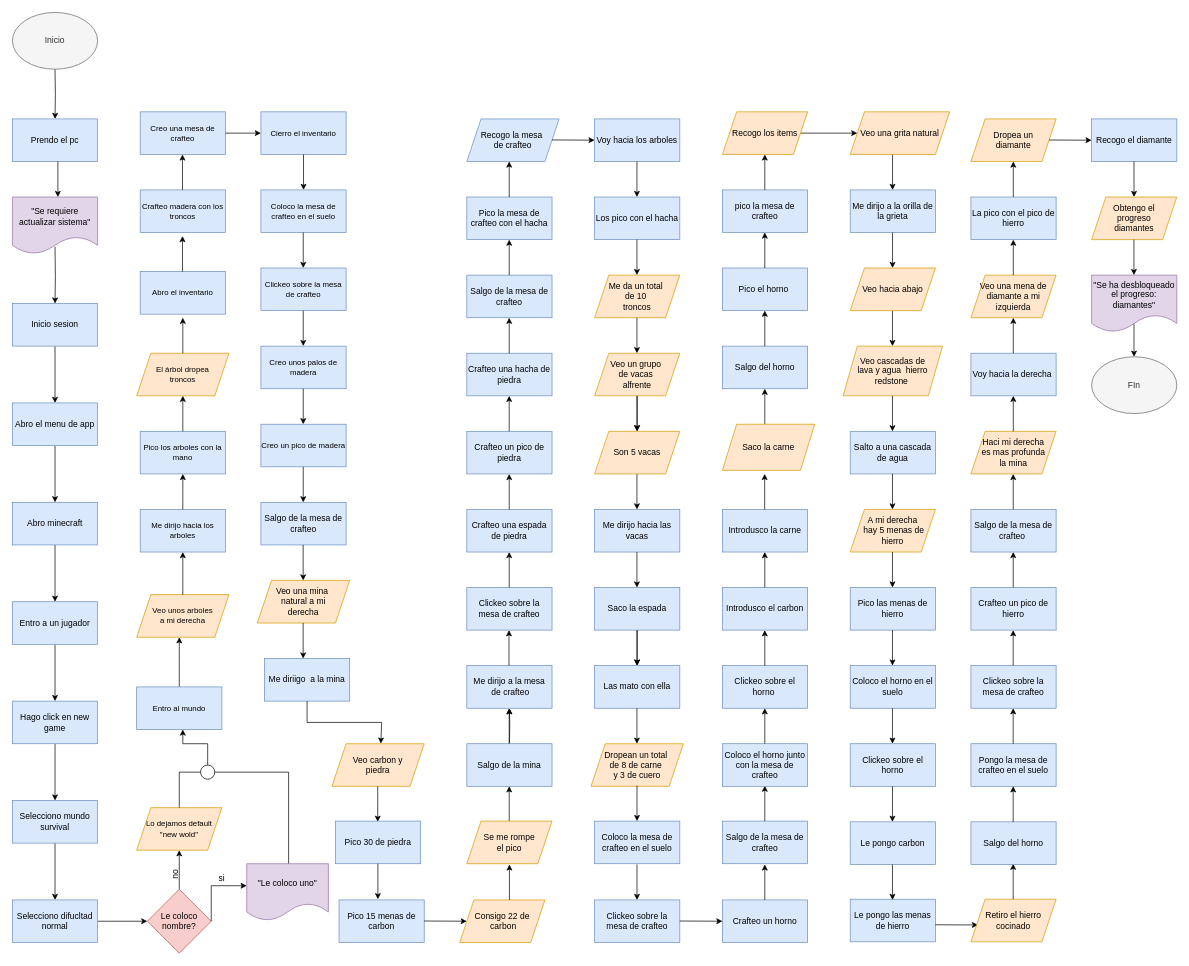
ByAncort/diagrama-de-flujo keeps this draw.io diagram as Diagrama-de-flujo.drawio. Above is the earlier version. Source tidied: cells renumbered, new cells numbered last; positions are measured from the earlier drawing's top-left corner, leaving out a move shared by most shapes. Both pictures are drawn from the tidied source at 71%, with x=0, y=0 at pixel (12, 12).
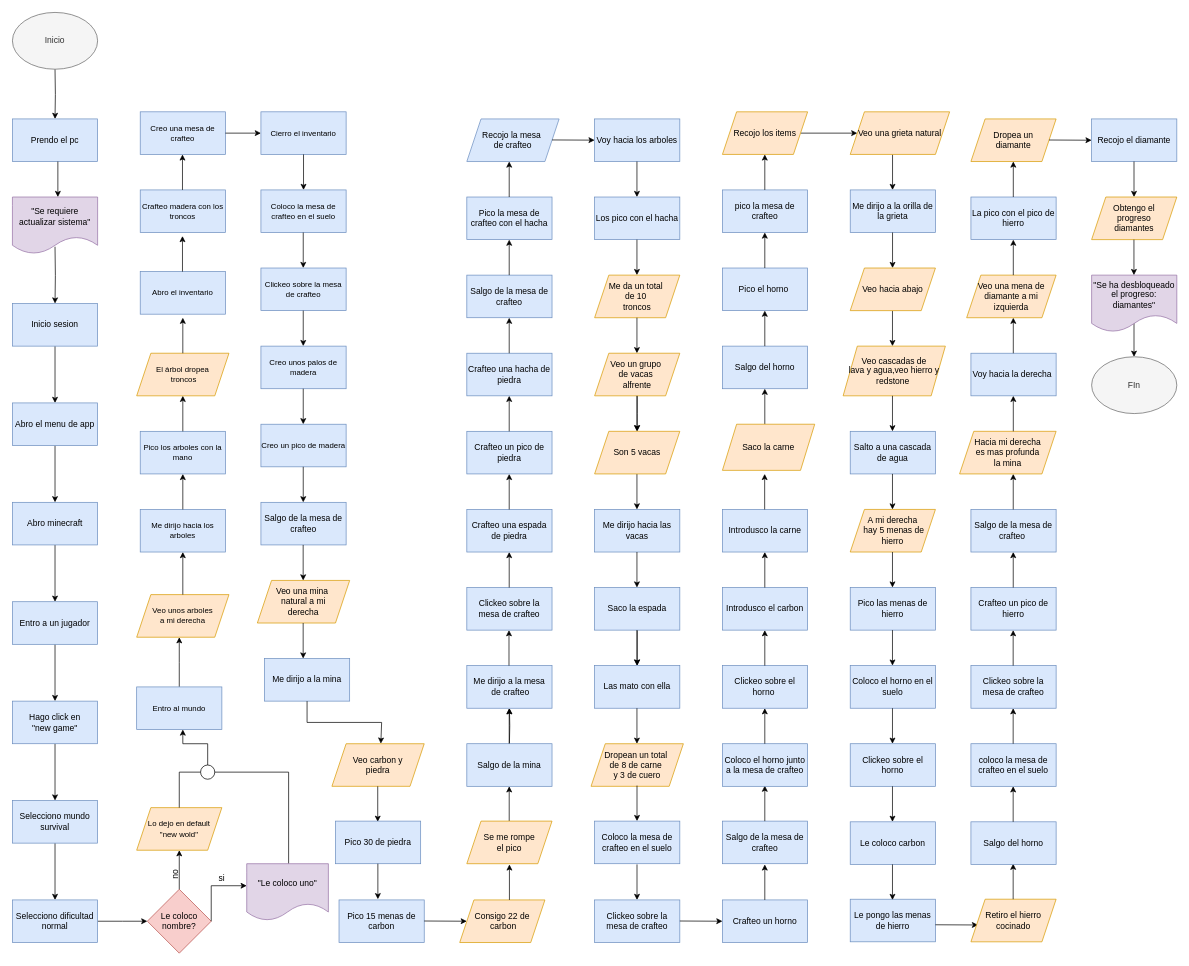
The same page after the edit.

Diff of the diagram source:
```diff
@@
-    <mxCell id="16" value="&lt;span&gt;Hago click en new game&lt;/span&gt;" style="whiteSpace=wrap;html=1;fillColor=#dae8fc;strokeColor=#6c8ebf;" parent="1" vertex="1">
+    <mxCell id="16" value="&lt;span&gt;Hago click en &lt;br&gt;&quot;new game&quot;&lt;/span&gt;" style="whiteSpace=wrap;html=1;fillColor=#dae8fc;strokeColor=#6c8ebf;" parent="1" vertex="1">
       <mxGeometry y="970" width="120" height="60" as="geometry" />
     </mxCell>
@@
-    <mxCell id="20" value="&lt;span&gt;Selecciono difucltad normal&lt;/span&gt;" style="whiteSpace=wrap;html=1;fillColor=#dae8fc;strokeColor=#6c8ebf;" parent="1" vertex="1">
+    <mxCell id="20" value="&lt;span&gt;Selecciono dificultad normal&lt;/span&gt;" style="whiteSpace=wrap;html=1;fillColor=#dae8fc;strokeColor=#6c8ebf;" parent="1" vertex="1">
       <mxGeometry y="1250" width="120" height="60" as="geometry" />
     </mxCell>
@@
-    <mxCell id="25" value="&lt;font style=&quot;font-size: 11px&quot;&gt;Lo dejamos default&lt;br&gt;&quot;new wold&quot;&lt;/font&gt;" style="shape=parallelogram;perimeter=parallelogramPerimeter;whiteSpace=wrap;html=1;fixedSize=1;fillColor=#ffe6cc;strokeColor=#d79b00;" parent="1" vertex="1">
+    <mxCell id="25" value="&lt;font style=&quot;font-size: 11px&quot;&gt;Lo dejo en default&lt;br&gt;&quot;new wold&quot;&lt;/font&gt;" style="shape=parallelogram;perimeter=parallelogramPerimeter;whiteSpace=wrap;html=1;fixedSize=1;fillColor=#ffe6cc;strokeColor=#d79b00;" parent="1" vertex="1">
       <mxGeometry x="175" y="1120" width="120" height="60" as="geometry" />
     </mxCell>
@@
-    <mxCell id="39" value="El árbol dropea &lt;br&gt;troncos" style="shape=parallelogram;perimeter=parallelogramPerimeter;whiteSpace=wrap;html=1;fixedSize=1;fontSize=11;fillColor=#ffe6cc;strokeColor=#d79b00;" parent="1" vertex="1">
+    <mxCell id="39" value="El árbol dropea &lt;br&gt;&amp;nbsp;troncos" style="shape=parallelogram;perimeter=parallelogramPerimeter;whiteSpace=wrap;html=1;fixedSize=1;fontSize=11;fillColor=#ffe6cc;strokeColor=#d79b00;" parent="1" vertex="1">
       <mxGeometry x="175" y="480" width="130" height="60" as="geometry" />
     </mxCell>
@@
-    <mxCell id="61" value="Me diriigo&amp;nbsp; a la mina" style="rounded=0;whiteSpace=wrap;html=1;fillColor=#dae8fc;strokeColor=#6c8ebf;" parent="1" vertex="1">
+    <mxCell id="61" value="Me dirijo a la mina" style="rounded=0;whiteSpace=wrap;html=1;fillColor=#dae8fc;strokeColor=#6c8ebf;" parent="1" vertex="1">
       <mxGeometry x="355" y="910" width="120" height="60" as="geometry" />
     </mxCell>
@@
-    <mxCell id="90" value="Recogo la mesa&amp;nbsp;&lt;br&gt;de crafteo" style="shape=parallelogram;perimeter=parallelogramPerimeter;whiteSpace=wrap;html=1;fixedSize=1;fillColor=#dae8fc;strokeColor=#6c8ebf;" parent="1" vertex="1">
+    <mxCell id="90" value="Recojo la mesa&amp;nbsp;&lt;br&gt;de crafteo" style="shape=parallelogram;perimeter=parallelogramPerimeter;whiteSpace=wrap;html=1;fixedSize=1;fillColor=#dae8fc;strokeColor=#6c8ebf;" parent="1" vertex="1">
       <mxGeometry x="640" y="150" width="130" height="60" as="geometry" />
     </mxCell>
@@
-    <mxCell id="120" value="Coloco el horno junto con la mesa de crafteo" style="rounded=0;whiteSpace=wrap;html=1;fillColor=#dae8fc;strokeColor=#6c8ebf;" parent="1" vertex="1">
+    <mxCell id="120" value="Coloco el horno junto a la mesa de crafteo" style="rounded=0;whiteSpace=wrap;html=1;fillColor=#dae8fc;strokeColor=#6c8ebf;" parent="1" vertex="1">
       <mxGeometry x="1000" y="1030" width="120" height="60" as="geometry" />
     </mxCell>
@@
-    <mxCell id="139" value="Veo una grita natural" style="shape=parallelogram;perimeter=parallelogramPerimeter;whiteSpace=wrap;html=1;fixedSize=1;fillColor=#ffe6cc;strokeColor=#d79b00;" parent="1" vertex="1">
+    <mxCell id="139" value="Veo una grieta natural" style="shape=parallelogram;perimeter=parallelogramPerimeter;whiteSpace=wrap;html=1;fixedSize=1;fillColor=#ffe6cc;strokeColor=#d79b00;" parent="1" vertex="1">
       <mxGeometry x="1180" y="140" width="140" height="60" as="geometry" />
     </mxCell>
@@
-    <mxCell id="142" value="Recogo los items" style="shape=parallelogram;perimeter=parallelogramPerimeter;whiteSpace=wrap;html=1;fixedSize=1;fillColor=#ffe6cc;strokeColor=#d79b00;" parent="1" vertex="1">
+    <mxCell id="142" value="Recojo los items" style="shape=parallelogram;perimeter=parallelogramPerimeter;whiteSpace=wrap;html=1;fixedSize=1;fillColor=#ffe6cc;strokeColor=#d79b00;" parent="1" vertex="1">
       <mxGeometry x="1000" y="140" width="120" height="60" as="geometry" />
     </mxCell>
-    <mxCell id="143" value="Veo cascadas de &lt;br&gt;lava y agua&amp;nbsp; hierro redstone&amp;nbsp;" style="shape=parallelogram;perimeter=parallelogramPerimeter;whiteSpace=wrap;html=1;fixedSize=1;fillColor=#ffe6cc;strokeColor=#d79b00;" parent="1" vertex="1">
-      <mxGeometry x="1170" y="470" width="140" height="70" as="geometry" />
+    <mxCell id="143" value="Veo cascadas de &lt;br&gt;lava y agua,veo hierro y redstone&amp;nbsp;" style="shape=parallelogram;perimeter=parallelogramPerimeter;whiteSpace=wrap;html=1;fixedSize=1;fillColor=#ffe6cc;strokeColor=#d79b00;" parent="1" vertex="1">
+      <mxGeometry x="1170" y="470" width="144" height="70" as="geometry" />
     </mxCell>
@@
-    <mxCell id="156" value="Le pongo carbon" style="rounded=0;whiteSpace=wrap;html=1;fillColor=#dae8fc;strokeColor=#6c8ebf;" parent="1" vertex="1">
+    <mxCell id="156" value="Le coloco carbon" style="rounded=0;whiteSpace=wrap;html=1;fillColor=#dae8fc;strokeColor=#6c8ebf;" parent="1" vertex="1">
       <mxGeometry x="1180" y="1140" width="120" height="60" as="geometry" />
     </mxCell>
@@
-    <mxCell id="164" value="Pongo la mesa de crafteo en el suelo" style="rounded=0;whiteSpace=wrap;html=1;fillColor=#dae8fc;strokeColor=#6c8ebf;" parent="1" vertex="1">
+    <mxCell id="164" value="coloco la mesa de crafteo en el suelo" style="rounded=0;whiteSpace=wrap;html=1;fillColor=#dae8fc;strokeColor=#6c8ebf;" parent="1" vertex="1">
       <mxGeometry x="1350" y="1030" width="120" height="60" as="geometry" />
     </mxCell>
@@
-    <mxCell id="172" value="Haci mi derecha &lt;br&gt;es mas profunda &lt;br&gt;la mina" style="shape=parallelogram;perimeter=parallelogramPerimeter;whiteSpace=wrap;html=1;fixedSize=1;fillColor=#ffe6cc;strokeColor=#d79b00;" parent="1" vertex="1">
-      <mxGeometry x="1350" y="590" width="120" height="60" as="geometry" />
+    <mxCell id="172" value="Hacia mi derecha &lt;br&gt;es mas profunda &lt;br&gt;la mina" style="shape=parallelogram;perimeter=parallelogramPerimeter;whiteSpace=wrap;html=1;fixedSize=1;fillColor=#ffe6cc;strokeColor=#d79b00;" parent="1" vertex="1">
+      <mxGeometry x="1334" y="590" width="136" height="60" as="geometry" />
     </mxCell>
@@
     <mxCell id="176" value="Veo una mena de diamante a mi izquierda" style="shape=parallelogram;perimeter=parallelogramPerimeter;whiteSpace=wrap;html=1;fixedSize=1;fillColor=#ffe6cc;strokeColor=#d79b00;" parent="1" vertex="1">
-      <mxGeometry x="1350" y="370" width="120" height="60" as="geometry" />
+      <mxGeometry x="1344" y="370" width="126" height="60" as="geometry" />
     </mxCell>
@@
-    <mxCell id="182" value="Recogo el diamante" style="rounded=0;whiteSpace=wrap;html=1;fillColor=#dae8fc;strokeColor=#6c8ebf;" parent="1" vertex="1">
+    <mxCell id="182" value="Recojo el diamante" style="rounded=0;whiteSpace=wrap;html=1;fillColor=#dae8fc;strokeColor=#6c8ebf;" parent="1" vertex="1">
       <mxGeometry x="1520" y="150" width="120" height="60" as="geometry" />
     </mxCell>
```
